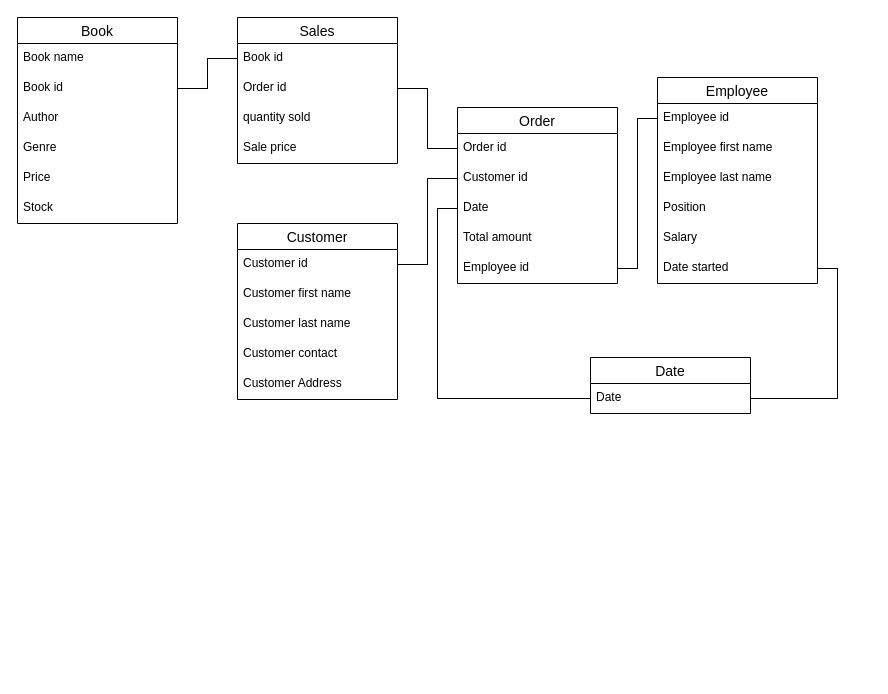
Before: 02_activities/assignments/Untitled Diagram.drawio in Sdong23/sql, a draw.io diagram. Source tidied: cells renumbered, new cells numbered last; positions are measured from the earlier drawing's top-left corner, leaving out a move shared by most shapes. Both pictures are drawn from the tidied source at 100%, with x=0, y=0 at pixel (17, 17).
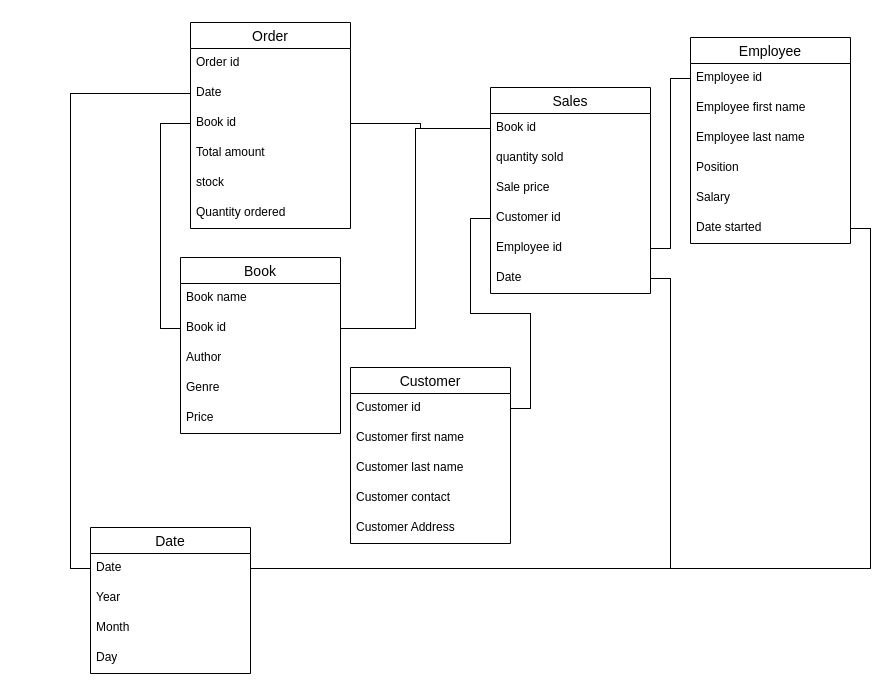
The same page after the edit.

Unchanged cells that the change refers to:
```xml
<mxCell id="3" value="Employee id" style="text;strokeColor=none;fillColor=none;spacingLeft=4;spacingRight=4;overflow=hidden;points=[[0,0.5],[1,0.5]];portConstraint=eastwest;fontSize=12;whiteSpace=wrap;html=1;" parent="2" vertex="1">
  <mxGeometry y="26" width="160" height="30" as="geometry" />
</mxCell>
<mxCell id="17" value="Customer id" style="text;strokeColor=none;fillColor=none;spacingLeft=4;spacingRight=4;overflow=hidden;points=[[0,0.5],[1,0.5]];portConstraint=eastwest;fontSize=12;whiteSpace=wrap;html=1;" parent="16" vertex="1">
  <mxGeometry y="26" width="160" height="30" as="geometry" />
</mxCell>
<mxCell id="23" value="Order id" style="text;strokeColor=none;fillColor=none;spacingLeft=4;spacingRight=4;overflow=hidden;points=[[0,0.5],[1,0.5]];portConstraint=eastwest;fontSize=12;whiteSpace=wrap;html=1;" parent="22" vertex="1">
  <mxGeometry y="26" width="160" height="30" as="geometry" />
</mxCell>
<mxCell id="29" value="Date" style="text;strokeColor=none;fillColor=none;spacingLeft=4;spacingRight=4;overflow=hidden;points=[[0,0.5],[1,0.5]];portConstraint=eastwest;fontSize=12;whiteSpace=wrap;html=1;" parent="28" vertex="1">
  <mxGeometry y="26" width="160" height="30" as="geometry" />
</mxCell>
<mxCell id="33" value="Book id" style="text;strokeColor=none;fillColor=none;spacingLeft=4;spacingRight=4;overflow=hidden;points=[[0,0.5],[1,0.5]];portConstraint=eastwest;fontSize=12;whiteSpace=wrap;html=1;" parent="32" vertex="1">
  <mxGeometry y="26" width="160" height="30" as="geometry" />
</mxCell>
```

What changed in the source:
```diff
@@
     <mxCell id="2" value="Employee" style="swimlane;fontStyle=0;horizontal=1;startSize=26;align=center;fontSize=14;" parent="1" vertex="1">
-      <mxGeometry x="640" y="60" width="160" height="206" as="geometry" />
+      <mxGeometry x="673" y="20" width="160" height="206" as="geometry" />
     </mxCell>
@@
-    <mxCell id="9" value="Book" style="swimlane;fontStyle=0;horizontal=1;startSize=26;align=center;fontSize=14;" parent="1" vertex="1">
-      <mxGeometry width="160" height="206" as="geometry" />
-    </mxCell>
-    <mxCell id="10" value="Book name" style="text;strokeColor=none;fillColor=none;spacingLeft=4;spacingRight=4;overflow=hidden;fontSize=12;whiteSpace=wrap;html=1;" parent="9" vertex="1">
-      <mxGeometry y="26" width="160" height="30" as="geometry" />
-    </mxCell>
-    <mxCell id="11" value="Book id" style="text;strokeColor=none;fillColor=none;spacingLeft=4;spacingRight=4;overflow=hidden;points=[[0,0.5],[1,0.5]];portConstraint=eastwest;fontSize=12;whiteSpace=wrap;html=1;" parent="9" vertex="1">
-      <mxGeometry y="56" width="160" height="30" as="geometry" />
-    </mxCell>
-    <mxCell id="12" value="Author" style="text;strokeColor=none;fillColor=none;spacingLeft=4;spacingRight=4;overflow=hidden;fontSize=12;whiteSpace=wrap;html=1;" parent="9" vertex="1">
-      <mxGeometry y="86" width="160" height="30" as="geometry" />
-    </mxCell>
-    <mxCell id="13" value="Genre" style="text;strokeColor=none;fillColor=none;spacingLeft=4;spacingRight=4;overflow=hidden;fontSize=12;whiteSpace=wrap;html=1;" parent="9" vertex="1">
-      <mxGeometry y="116" width="160" height="30" as="geometry" />
-    </mxCell>
-    <mxCell id="14" value="Price" style="text;strokeColor=none;fillColor=none;spacingLeft=4;spacingRight=4;overflow=hidden;fontSize=12;whiteSpace=wrap;html=1;" parent="9" vertex="1">
-      <mxGeometry y="146" width="160" height="30" as="geometry" />
-    </mxCell>
-    <mxCell id="15" value="Stock" style="text;strokeColor=none;fillColor=none;spacingLeft=4;spacingRight=4;overflow=hidden;fontSize=12;whiteSpace=wrap;html=1;" parent="9" vertex="1">
-      <mxGeometry y="176" width="160" height="30" as="geometry" />
-    </mxCell>
     <mxCell id="16" value="Customer" style="swimlane;fontStyle=0;horizontal=1;startSize=26;align=center;fontSize=14;" parent="1" vertex="1">
-      <mxGeometry x="220" y="206" width="160" height="176" as="geometry" />
+      <mxGeometry x="333" y="350" width="160" height="176" as="geometry" />
     </mxCell>
@@
     <mxCell id="22" value="Order" style="swimlane;fontStyle=0;horizontal=1;startSize=26;align=center;fontSize=14;" parent="1" vertex="1">
-      <mxGeometry x="440" y="90" width="160" height="176" as="geometry" />
+      <mxGeometry x="173" y="5" width="160" height="206" as="geometry" />
     </mxCell>
@@
+    <mxCell id="25" value="Date" style="text;strokeColor=none;fillColor=none;spacingLeft=4;spacingRight=4;overflow=hidden;points=[[0,0.5],[1,0.5]];portConstraint=eastwest;fontSize=12;whiteSpace=wrap;html=1;" parent="22" vertex="1">
+      <mxGeometry y="56" width="160" height="30" as="geometry" />
+    </mxCell>
-    <mxCell id="24" value="Customer id" style="text;strokeColor=none;fillColor=none;spacingLeft=4;spacingRight=4;overflow=hidden;points=[[0,0.5],[1,0.5]];portConstraint=eastwest;fontSize=12;whiteSpace=wrap;html=1;" parent="22" vertex="1">
-      <mxGeometry y="56" width="160" height="30" as="geometry" />
+    <mxCell id="24" value="Book id" style="text;strokeColor=none;fillColor=none;spacingLeft=4;spacingRight=4;overflow=hidden;points=[[0,0.5],[1,0.5]];portConstraint=eastwest;fontSize=12;whiteSpace=wrap;html=1;" parent="22" vertex="1">
+      <mxGeometry y="86" width="160" height="30" as="geometry" />
     </mxCell>
-    <mxCell id="25" value="Date" style="text;strokeColor=none;fillColor=none;spacingLeft=4;spacingRight=4;overflow=hidden;points=[[0,0.5],[1,0.5]];portConstraint=eastwest;fontSize=12;whiteSpace=wrap;html=1;" parent="22" vertex="1">
-      <mxGeometry y="86" width="160" height="30" as="geometry" />
-    </mxCell>
@@
+    <mxCell id="41" value="stock" style="text;strokeColor=none;fillColor=none;spacingLeft=4;spacingRight=4;overflow=hidden;fontSize=12;whiteSpace=wrap;html=1;" parent="22" vertex="1">
+      <mxGeometry y="146" width="160" height="30" as="geometry" />
+    </mxCell>
-    <mxCell id="27" value="Employee id" style="text;strokeColor=none;fillColor=none;spacingLeft=4;spacingRight=4;overflow=hidden;points=[[0,0.5],[1,0.5]];portConstraint=eastwest;fontSize=12;whiteSpace=wrap;html=1;" parent="22" vertex="1">
-      <mxGeometry y="146" width="160" height="30" as="geometry" />
+    <mxCell id="27" value="Quantity ordered" style="text;strokeColor=none;fillColor=none;spacingLeft=4;spacingRight=4;overflow=hidden;points=[[0,0.5],[1,0.5]];portConstraint=eastwest;fontSize=12;whiteSpace=wrap;html=1;" parent="22" vertex="1">
+      <mxGeometry y="176" width="160" height="30" as="geometry" />
     </mxCell>
     <mxCell id="28" value="Date" style="swimlane;fontStyle=0;horizontal=1;startSize=26;align=center;fontSize=14;" parent="1" vertex="1">
-      <mxGeometry x="573" y="340" width="160" height="56" as="geometry" />
+      <mxGeometry x="73" y="510" width="160" height="146" as="geometry" />
     </mxCell>
@@
-    <mxCell id="30" style="edgeStyle=orthogonalEdgeStyle;rounded=0;jettySize=auto;html=1;exitX=0;exitY=0.5;exitDx=0;exitDy=0;entryX=0;entryY=0.5;entryDx=0;entryDy=0;shape=link;strokeColor=default;targetPerimeterSpacing=0;noJump=0;width=0;" parent="1" edge="1" source="29" target="25">
-      <mxGeometry relative="1" as="geometry" />
-    </mxCell>
-    <mxCell id="31" style="edgeStyle=orthogonalEdgeStyle;rounded=0;jettySize=auto;html=1;exitX=1;exitY=0.5;exitDx=0;exitDy=0;entryX=0;entryY=0.5;entryDx=0;entryDy=0;shape=link;width=0;" parent="1" edge="1" source="34" target="23">
-      <mxGeometry relative="1" as="geometry" />
-    </mxCell>
+    <mxCell id="42" value="Year" style="text;strokeColor=none;fillColor=none;spacingLeft=4;spacingRight=4;overflow=hidden;fontSize=12;whiteSpace=wrap;html=1;" parent="28" vertex="1">
+      <mxGeometry y="56" width="160" height="30" as="geometry" />
+    </mxCell>
+    <mxCell id="43" value="Month" style="text;strokeColor=none;fillColor=none;spacingLeft=4;spacingRight=4;overflow=hidden;fontSize=12;whiteSpace=wrap;html=1;" parent="28" vertex="1">
+      <mxGeometry y="86" width="160" height="30" as="geometry" />
+    </mxCell>
+    <mxCell id="44" value="Day" style="text;strokeColor=none;fillColor=none;spacingLeft=4;spacingRight=4;overflow=hidden;fontSize=12;whiteSpace=wrap;html=1;" parent="28" vertex="1">
+      <mxGeometry y="116" width="160" height="30" as="geometry" />
+    </mxCell>
     <mxCell id="32" value="Sales" style="swimlane;fontStyle=0;horizontal=1;startSize=26;align=center;fontSize=14;" parent="1" vertex="1">
-      <mxGeometry x="220" width="160" height="146" as="geometry" />
+      <mxGeometry x="473" y="70" width="160" height="206" as="geometry" />
     </mxCell>
@@
-    <mxCell id="34" value="Order id" style="text;strokeColor=none;fillColor=none;spacingLeft=4;spacingRight=4;overflow=hidden;points=[[0,0.5],[1,0.5]];portConstraint=eastwest;fontSize=12;whiteSpace=wrap;html=1;" parent="32" vertex="1">
-      <mxGeometry y="56" width="160" height="30" as="geometry" />
-    </mxCell>
     <mxCell id="35" value="quantity sold" style="text;strokeColor=none;fillColor=none;spacingLeft=4;spacingRight=4;overflow=hidden;fontSize=12;whiteSpace=wrap;html=1;" parent="32" vertex="1">
-      <mxGeometry y="86" width="160" height="30" as="geometry" />
+      <mxGeometry y="56" width="160" height="30" as="geometry" />
     </mxCell>
     <mxCell id="36" value="Sale price" style="text;strokeColor=none;fillColor=none;spacingLeft=4;spacingRight=4;overflow=hidden;fontSize=12;whiteSpace=wrap;html=1;" parent="32" vertex="1">
-      <mxGeometry y="116" width="160" height="30" as="geometry" />
+      <mxGeometry y="86" width="160" height="30" as="geometry" />
     </mxCell>
-    <mxCell id="37" style="edgeStyle=orthogonalEdgeStyle;rounded=0;jettySize=auto;html=1;exitX=1;exitY=0.5;exitDx=0;exitDy=0;entryX=0;entryY=0.5;entryDx=0;entryDy=0;shape=link;width=0;" parent="1" edge="1" source="17" target="24">
-      <mxGeometry relative="1" as="geometry" />
-    </mxCell>
+    <mxCell id="45" value="Customer id" style="text;strokeColor=none;fillColor=none;spacingLeft=4;spacingRight=4;overflow=hidden;points=[[0,0.5],[1,0.5]];portConstraint=eastwest;fontSize=12;whiteSpace=wrap;html=1;" parent="32" vertex="1">
+      <mxGeometry y="116" width="160" height="30" as="geometry" />
+    </mxCell>
+    <mxCell id="46" value="Employee id" style="text;strokeColor=none;fillColor=none;spacingLeft=4;spacingRight=4;overflow=hidden;points=[[0,0.5],[1,0.5]];portConstraint=eastwest;fontSize=12;whiteSpace=wrap;html=1;" parent="32" vertex="1">
+      <mxGeometry y="146" width="160" height="30" as="geometry" />
+    </mxCell>
+    <mxCell id="47" value="Date" style="text;strokeColor=none;fillColor=none;spacingLeft=4;spacingRight=4;overflow=hidden;points=[[0,0.5],[1,0.5]];portConstraint=eastwest;fontSize=12;whiteSpace=wrap;html=1;" parent="32" vertex="1">
+      <mxGeometry y="176" width="160" height="30" as="geometry" />
+    </mxCell>
@@
-    <mxCell id="39" style="edgeStyle=orthogonalEdgeStyle;rounded=0;jettySize=auto;html=1;exitX=1;exitY=0.5;exitDx=0;exitDy=0;entryX=0;entryY=0.5;entryDx=0;entryDy=0;shape=link;width=0;" parent="1" edge="1" source="27" target="3">
-      <mxGeometry relative="1" as="geometry" />
-    </mxCell>
@@
+    <mxCell id="48" style="edgeStyle=orthogonalEdgeStyle;rounded=0;jettySize=auto;html=1;exitX=0;exitY=0.5;exitDx=0;exitDy=0;entryX=1;entryY=0.5;entryDx=0;entryDy=0;shape=link;width=0;" parent="1" edge="1" source="3" target="46">
+      <mxGeometry relative="1" as="geometry" />
+    </mxCell>
+    <mxCell id="49" style="edgeStyle=orthogonalEdgeStyle;rounded=0;jettySize=auto;html=1;exitX=0;exitY=0.5;exitDx=0;exitDy=0;entryX=1;entryY=0.5;entryDx=0;entryDy=0;shape=link;width=0;" parent="1" edge="1" source="45" target="17">
+      <mxGeometry relative="1" as="geometry" />
+    </mxCell>
+    <mxCell id="50" style="edgeStyle=orthogonalEdgeStyle;rounded=0;jettySize=auto;html=1;exitX=0;exitY=0.5;exitDx=0;exitDy=0;entryX=0;entryY=0.5;entryDx=0;entryDy=0;shape=link;width=0;" parent="1" edge="1" source="11" target="24">
+      <mxGeometry relative="1" as="geometry" />
+    </mxCell>
+    <mxCell id="9" value="Book" style="swimlane;fontStyle=0;horizontal=1;startSize=26;align=center;fontSize=14;" parent="1" vertex="1">
+      <mxGeometry x="163" y="240" width="160" height="176" as="geometry" />
+    </mxCell>
+    <mxCell id="10" value="Book name" style="text;strokeColor=none;fillColor=none;spacingLeft=4;spacingRight=4;overflow=hidden;fontSize=12;whiteSpace=wrap;html=1;" parent="9" vertex="1">
+      <mxGeometry y="26" width="160" height="30" as="geometry" />
+    </mxCell>
+    <mxCell id="11" value="Book id" style="text;strokeColor=none;fillColor=none;spacingLeft=4;spacingRight=4;overflow=hidden;points=[[0,0.5],[1,0.5]];portConstraint=eastwest;fontSize=12;whiteSpace=wrap;html=1;" parent="9" vertex="1">
+      <mxGeometry y="56" width="160" height="30" as="geometry" />
+    </mxCell>
+    <mxCell id="12" value="Author" style="text;strokeColor=none;fillColor=none;spacingLeft=4;spacingRight=4;overflow=hidden;fontSize=12;whiteSpace=wrap;html=1;" parent="9" vertex="1">
+      <mxGeometry y="86" width="160" height="30" as="geometry" />
+    </mxCell>
+    <mxCell id="13" value="Genre" style="text;strokeColor=none;fillColor=none;spacingLeft=4;spacingRight=4;overflow=hidden;fontSize=12;whiteSpace=wrap;html=1;" parent="9" vertex="1">
+      <mxGeometry y="116" width="160" height="30" as="geometry" />
+    </mxCell>
+    <mxCell id="14" value="Price" style="text;strokeColor=none;fillColor=none;spacingLeft=4;spacingRight=4;overflow=hidden;fontSize=12;whiteSpace=wrap;html=1;" parent="9" vertex="1">
+      <mxGeometry y="146" width="160" height="30" as="geometry" />
+    </mxCell>
+    <mxCell id="51" style="edgeStyle=orthogonalEdgeStyle;rounded=0;jettySize=auto;html=1;exitX=1;exitY=0.5;exitDx=0;exitDy=0;entryX=0;entryY=0.5;entryDx=0;entryDy=0;shape=link;width=0;" parent="1" edge="1" source="24" target="33">
+      <mxGeometry relative="1" as="geometry" />
+    </mxCell>
+    <mxCell id="52" style="edgeStyle=orthogonalEdgeStyle;rounded=0;jettySize=auto;html=1;exitX=0;exitY=0.5;exitDx=0;exitDy=0;entryX=0;entryY=0.5;entryDx=0;entryDy=0;shape=link;width=0;" parent="1" edge="1" source="25" target="29">
+      <mxGeometry relative="1" as="geometry" />
+    </mxCell>
+    <mxCell id="53" style="edgeStyle=orthogonalEdgeStyle;rounded=0;jettySize=auto;html=1;exitX=1;exitY=0.5;exitDx=0;exitDy=0;entryX=1;entryY=0.5;entryDx=0;entryDy=0;shape=link;width=0;" parent="1" edge="1" source="47" target="29">
+      <mxGeometry relative="1" as="geometry" />
+    </mxCell>
```
